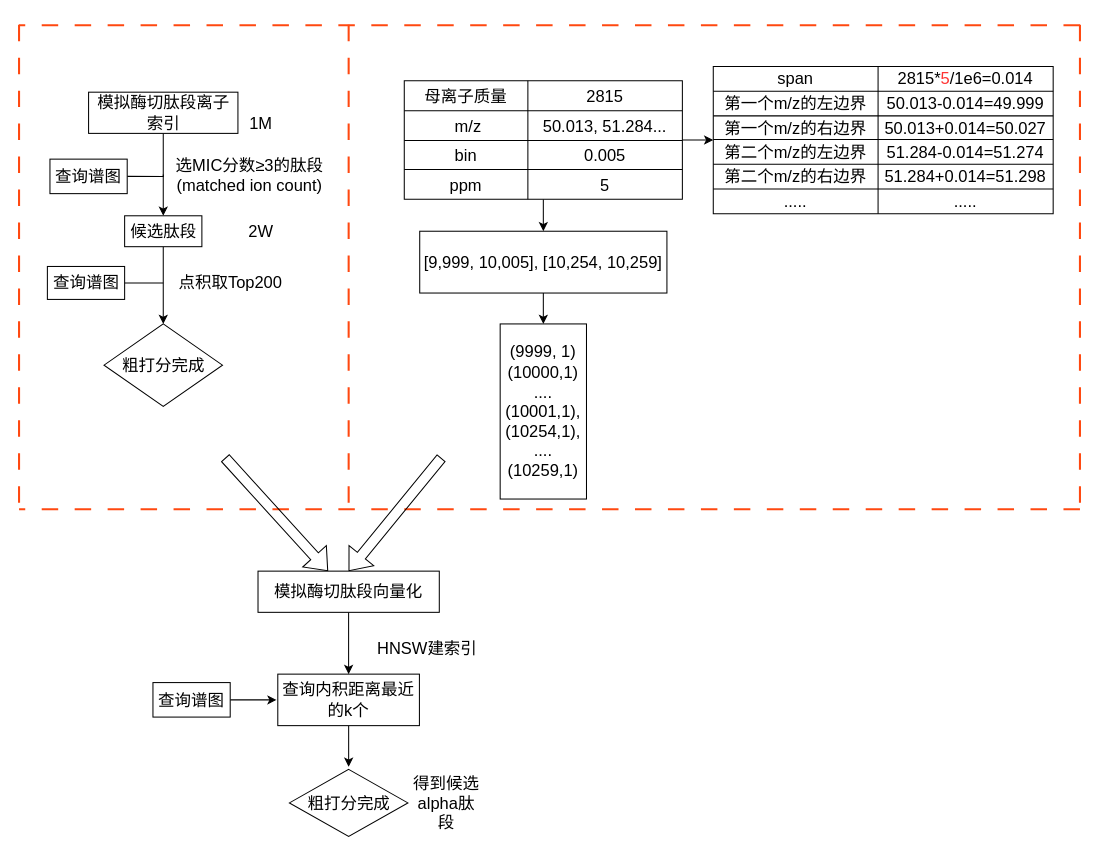
The draw.io diagram 未命名绘图.drawio in li-cr/small-soft, before the edit. Source tidied: cells renumbered, new cells numbered last; positions are measured from the earlier drawing's top-left corner, leaving out a move shared by most shapes. Both pictures are drawn from the tidied source at 103%, with x=0, y=0 at pixel (19, 19).
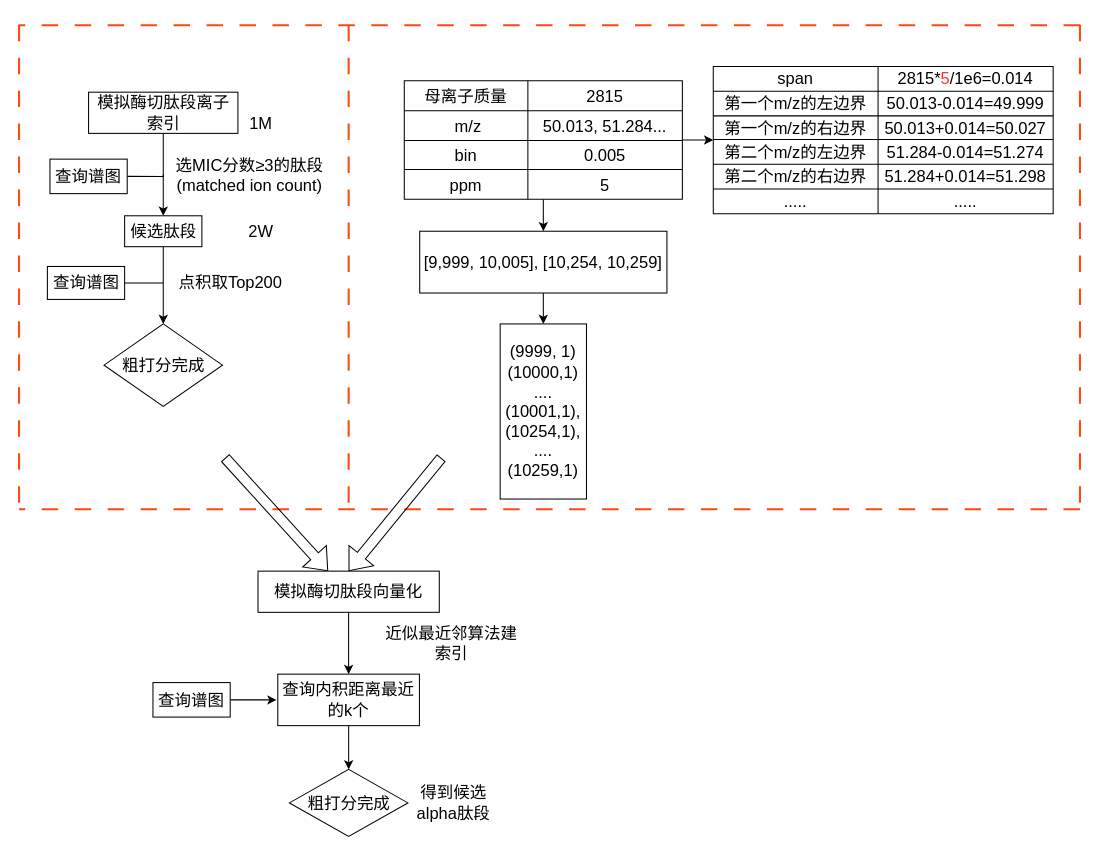
The same diagram, later.

Commit message (it also covers changes not shown here):
更新未命名绘图.drawio

The change refers to these unchanged cells:
```xml
<mxCell id="66" value="查询内积距离最近的k个" style="whiteSpace=wrap;html=1;fontSize=16;" parent="1" vertex="1">
  <mxGeometry x="251.2" y="636" width="137.5" height="50" as="geometry" />
</mxCell>
<mxCell id="67" value="粗打分完成" style="rhombus;whiteSpace=wrap;html=1;fontSize=16;" parent="1" vertex="1">
  <mxGeometry x="262.5" y="728.5" width="115" height="65" as="geometry" />
</mxCell>
```

Change to the diagram source:
```diff
@@
-    <mxCell id="62" value="HNSW建索引" style="text;html=1;whiteSpace=wrap;strokeColor=none;fillColor=none;align=center;verticalAlign=middle;rounded=0;fontSize=16;" parent="1" vertex="1">
-      <mxGeometry x="326.1" y="596" width="141" height="30" as="geometry" />
+    <mxCell id="62" value="近似最近邻算法建索引" style="text;html=1;whiteSpace=wrap;strokeColor=none;fillColor=none;align=center;verticalAlign=middle;rounded=0;fontSize=16;" parent="1" vertex="1">
+      <mxGeometry x="350" y="586" width="140" height="40" as="geometry" />
     </mxCell>
@@
-    <mxCell id="65" style="edgeStyle=orthogonalEdgeStyle;rounded=0;jettySize=auto;html=1;" parent="1" edge="1" source="66">
-      <mxGeometry relative="1" as="geometry">
-        <mxPoint x="320" y="726" as="targetPoint" />
-      </mxGeometry>
-    </mxCell>
+    <mxCell id="69" style="edgeStyle=orthogonalEdgeStyle;rounded=0;jettySize=auto;html=1;entryX=0.5;entryY=0;entryDx=0;entryDy=0;" parent="1" edge="1" source="66" target="67">
+      <mxGeometry relative="1" as="geometry" />
+    </mxCell>
@@
     <mxCell id="68" value="得到候选alpha肽段" style="text;html=1;whiteSpace=wrap;strokeColor=none;fillColor=none;align=center;verticalAlign=middle;rounded=0;fontSize=16;" parent="1" vertex="1">
-      <mxGeometry x="380" y="746" width="70" height="30" as="geometry" />
+      <mxGeometry x="377.1" y="736" width="90" height="50" as="geometry" />
     </mxCell>
```
